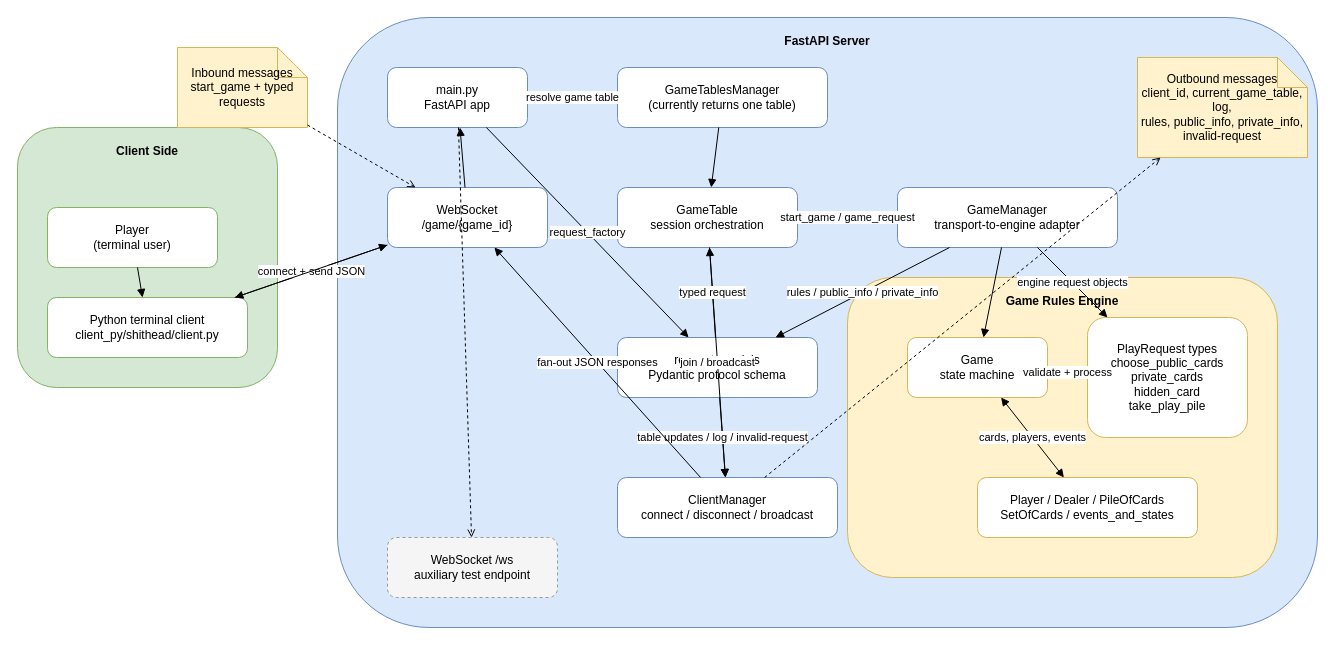
This is docs/architecture.drawio from gute-kunst/shithead, a draw.io file, before an edit. Source tidied: cells renumbered, new cells numbered last; positions are measured from the earlier drawing's top-left corner, leaving out a move shared by most shapes. Both pictures are drawn from the tidied source at 100%, with x=0, y=0 at pixel (17, 17).
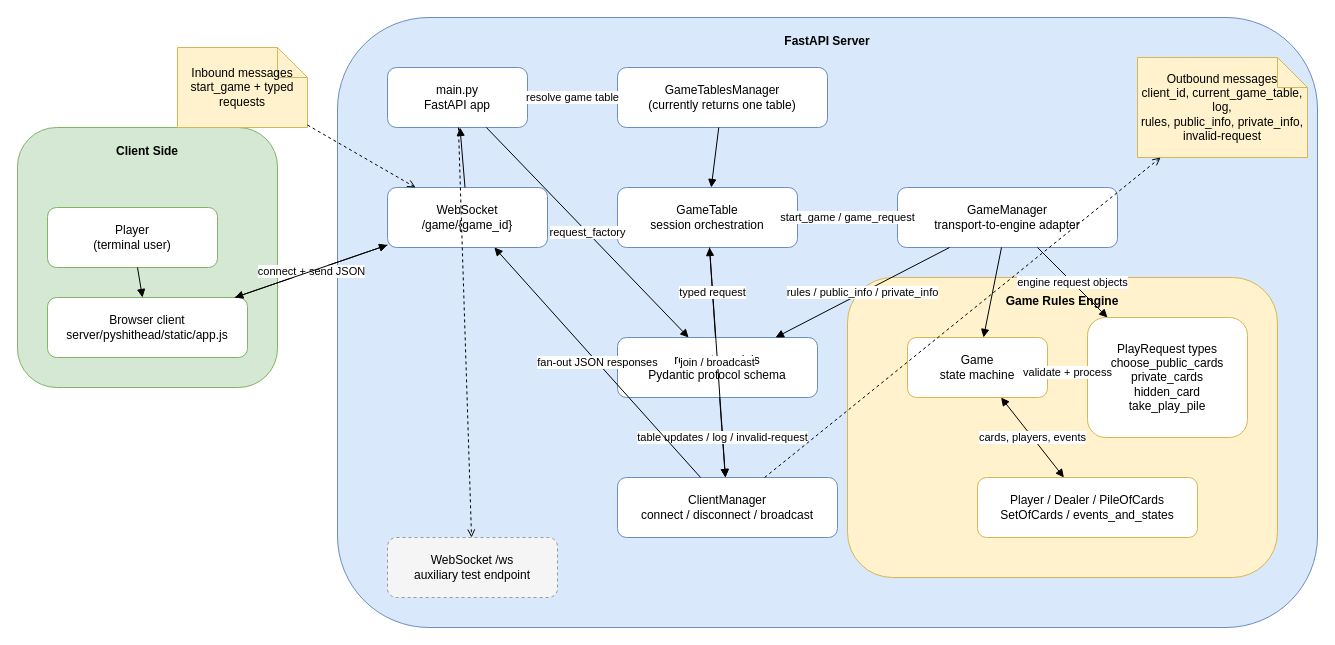
The same diagram, later.

Diff of the diagram source:
```diff
@@
-    <mxCell id="6" value="Python terminal client&#10;client_py/shithead/client.py" style="rounded=1;whiteSpace=wrap;html=1;fillColor=#ffffff;strokeColor=#82b366;" parent="1" vertex="1">
+    <mxCell id="6" value="Browser client&#10;server/pyshithead/static/app.js" style="rounded=1;whiteSpace=wrap;html=1;fillColor=#ffffff;strokeColor=#82b366;" parent="1" vertex="1">
       <mxGeometry x="30" y="280" width="200" height="60" as="geometry" />
     </mxCell>
```
